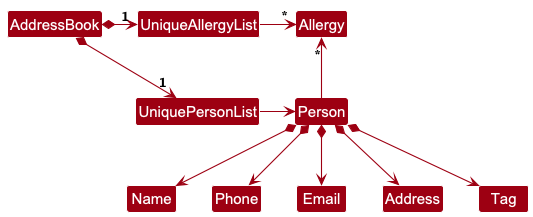
nus-cs2103-AY2425S1/tp keeps this PlantUML diagram as docs/images/BetterModelClassDiagram.png. Above is the earlier version.
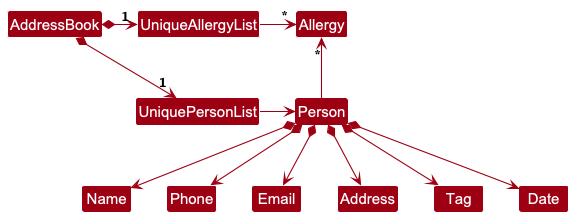
The same file after the commit.

What changed in the source:
```diff
@@ -19,4 +19,5 @@
 Person *--> Email
 Person *--> Address
 Person *--> Tag
+Person *--> Date
 @enduml
```
